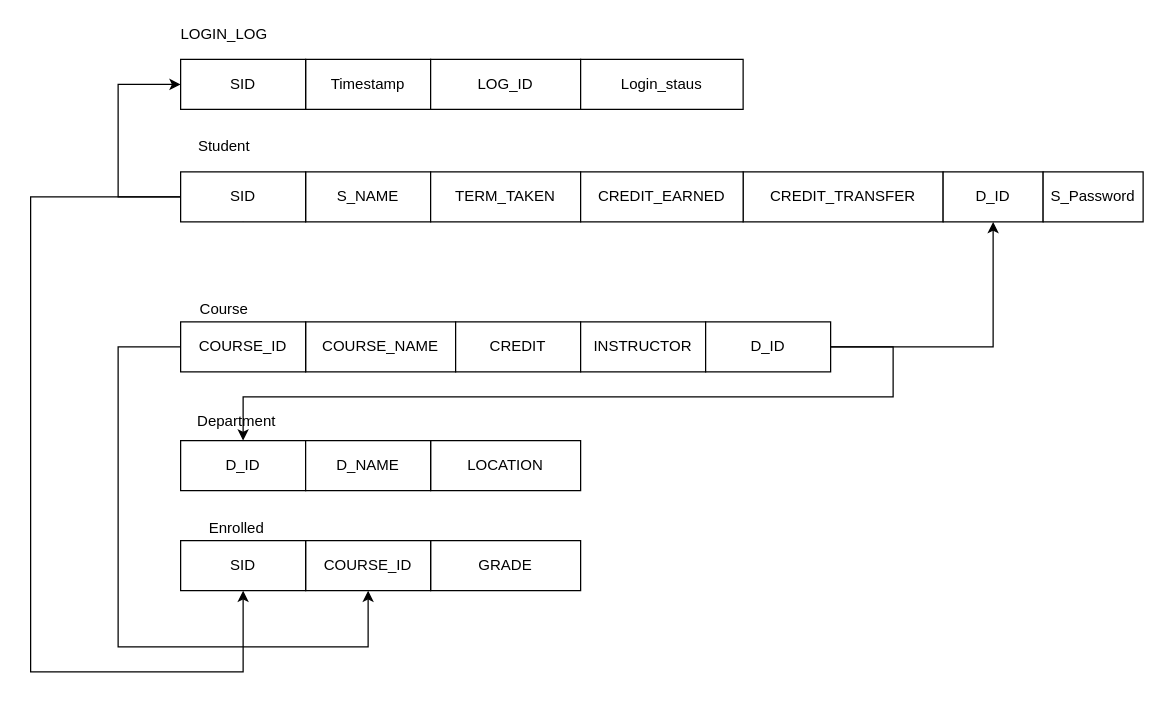
The draw.io diagram 442 Relational Schema.drawio in MasterGunoo7/MasterGunoo7.github.io, before the edit. Source tidied: cells renumbered, new cells numbered last; positions are measured from the earlier drawing's top-left corner, leaving out a move shared by most shapes. Both pictures are drawn from the tidied source at 125%, with x=0, y=0 at pixel (30, 21).
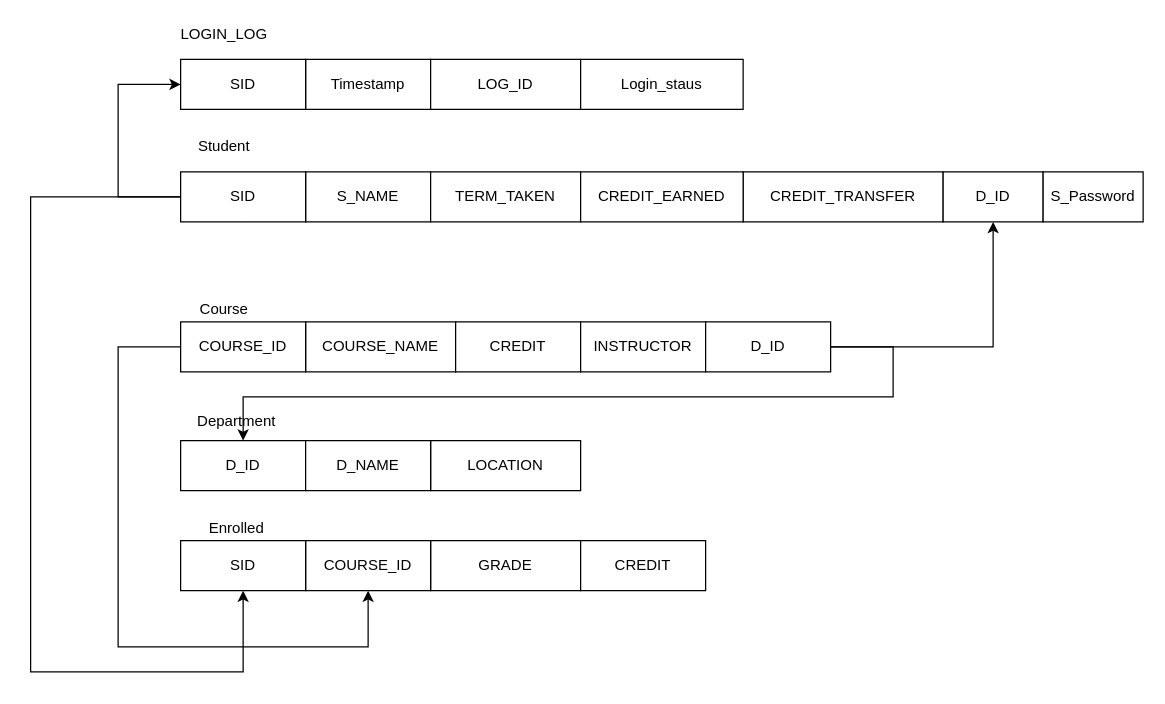
After the change.

What changed in the source:
```diff
@@
+    <mxCell id="34" value="CREDIT" style="whiteSpace=wrap;html=1;align=center;" parent="1" vertex="1">
+      <mxGeometry x="440" y="415" width="100" height="40" as="geometry" />
+    </mxCell>
```
